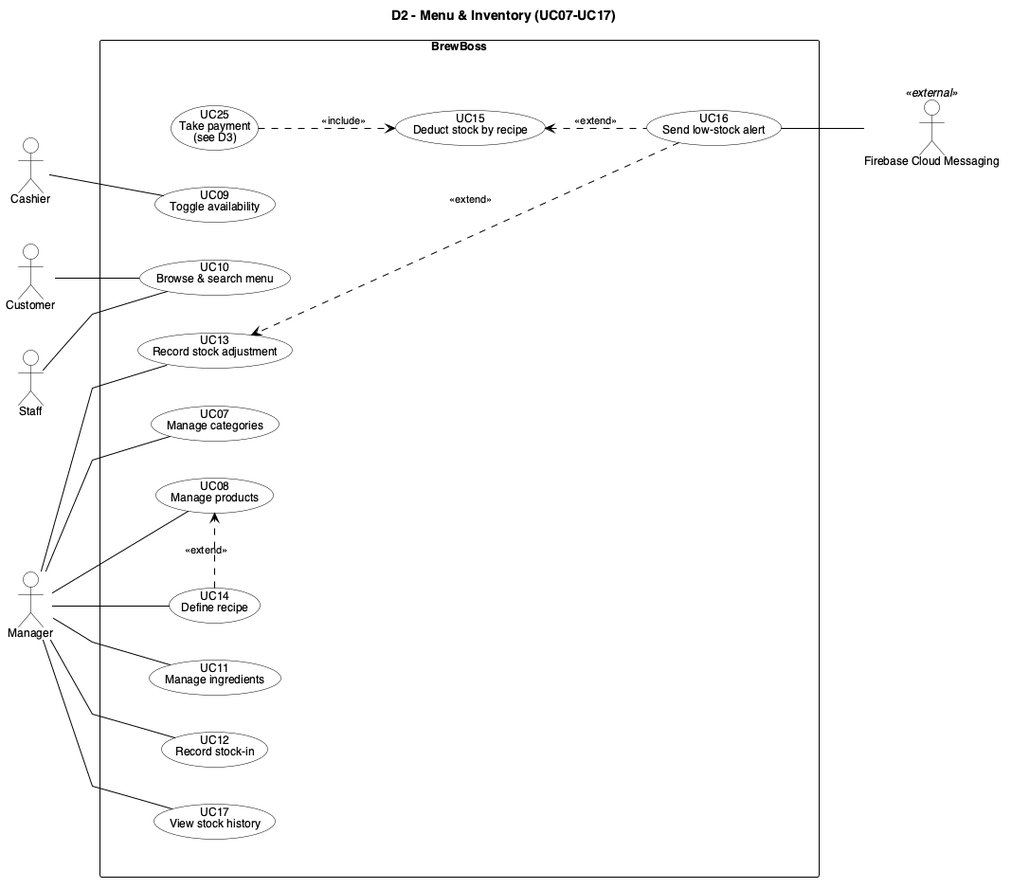
This is docs/diagrams/images/BB_D2_MenuInventory.png from huytran303/CafeManagementSystem, a PlantUML export, as it was before one commit. Its diagram source:
```plantuml
@startuml BB_D2_MenuInventory
left to right direction
skinparam linetype polyline
skinparam nodesep 40
skinparam ranksep 60
skinparam backgroundColor White
skinparam shadowing false
skinparam defaultFontName Helvetica
skinparam defaultFontSize 12
skinparam ArrowColor Black
skinparam ArrowFontSize 11
skinparam actor {
  BackgroundColor White
  BorderColor Black
}
skinparam usecase {
  BackgroundColor White
  BorderColor Black
}
skinparam rectangle {
  BackgroundColor White
  BorderColor Black
}
skinparam package {
  BackgroundColor White
  BorderColor Black
}
skinparam rectangle<<inner>> {
  BorderColor Transparent
  FontColor Transparent
}
hide <<inner>> stereotype

title D2 - Menu & Inventory (UC07-UC17)

actor "Cashier" as CAS
actor "Customer" as CUS
actor "Staff" as STAFF
actor "Manager" as MGR
actor "Firebase Cloud Messaging" as FCM <<external>>

rectangle "BrewBoss" {
  rectangle " " <<inner>> {
    usecase "UC13\nRecord stock adjustment" as UC13
    usecase "UC07\nManage categories" as UC07
    usecase "UC08\nManage products" as UC08
    usecase "UC14\nDefine recipe" as UC14
    usecase "UC09\nToggle availability" as UC09
    usecase "UC10\nBrowse & search menu" as UC10
    usecase "UC11\nManage ingredients" as UC11
    usecase "UC12\nRecord stock-in" as UC12
    usecase "UC15\nDeduct stock by recipe" as UC15
    usecase "UC16\nSend low-stock alert" as UC16
    usecase "UC17\nView stock history" as UC17
    usecase "UC25\nTake payment\n(see D3)" as UC25
  }
}

CAS -- UC09
STAFF -- UC10
CUS -- UC10

MGR -- UC13
MGR -- UC07
MGR -- UC08
MGR -- UC11
MGR -- UC12
MGR -- UC14
MGR -- UC17

UC14 .[norank].> UC08 : <<extend>>
UC25 ..> UC15 : <<include>>
UC15 <.. UC16 : <<extend>>
UC16 .[norank].> UC13 : <<extend>>
UC16 -- FCM
@enduml
```
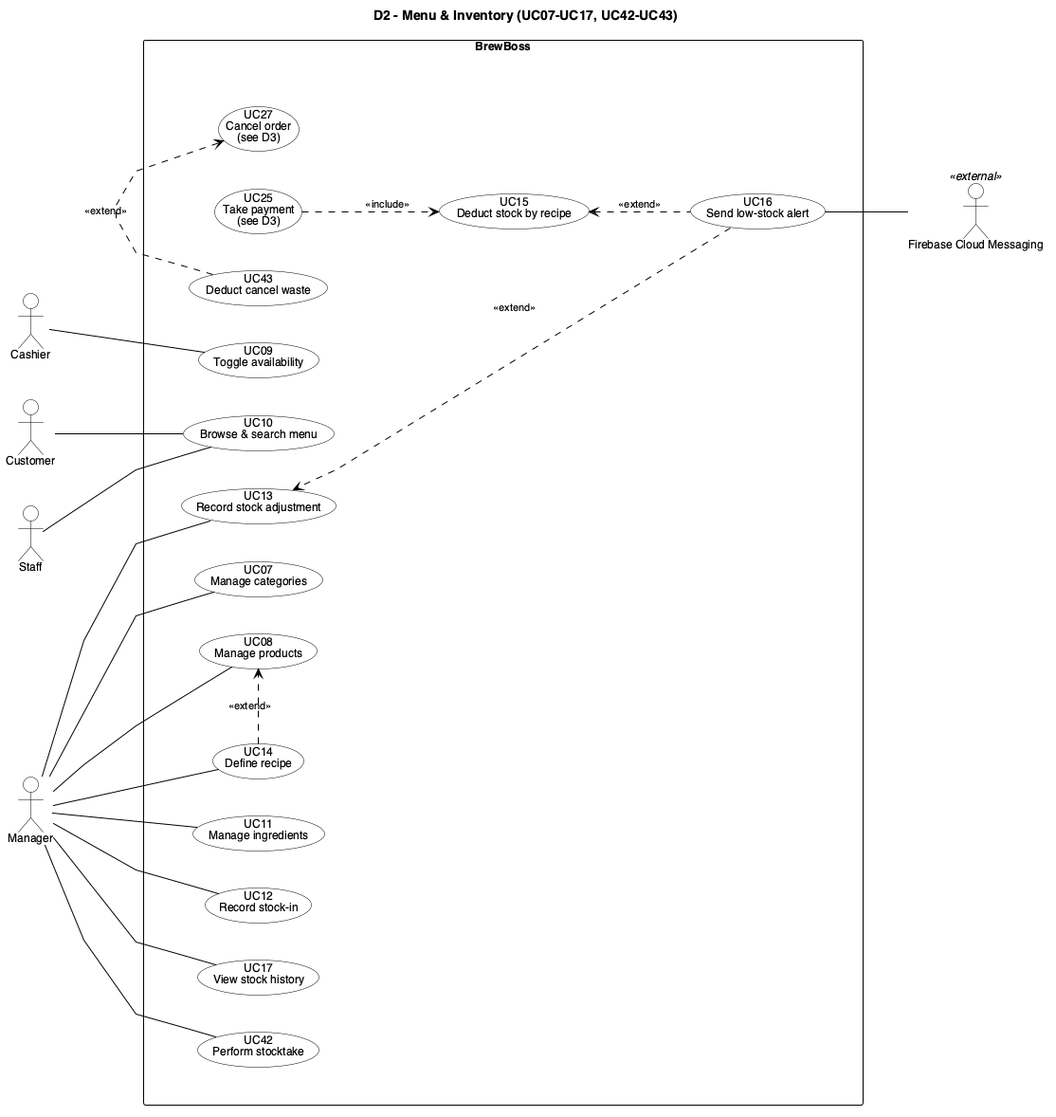
After the change.

Commit message:
docs(diagrams): reflect cancel waste and stocktake in diagrams

What changed in the source:
```diff
@@ -31,7 +31,7 @@
 }
 hide <<inner>> stereotype
 
-title D2 - Menu & Inventory (UC07-UC17)
+title D2 - Menu & Inventory (UC07-UC17, UC42-UC43)
 
 actor "Cashier" as CAS
 actor "Customer" as CUS
@@ -52,7 +52,10 @@
     usecase "UC15\nDeduct stock by recipe" as UC15
     usecase "UC16\nSend low-stock alert" as UC16
     usecase "UC17\nView stock history" as UC17
+    usecase "UC42\nPerform stocktake" as UC42
+    usecase "UC43\nDeduct cancel waste" as UC43
     usecase "UC25\nTake payment\n(see D3)" as UC25
+    usecase "UC27\nCancel order\n(see D3)" as UC27
   }
 }
 
@@ -67,10 +70,12 @@
 MGR -- UC12
 MGR -- UC14
 MGR -- UC17
+MGR -- UC42
 
 UC14 .[norank].> UC08 : <<extend>>
 UC25 ..> UC15 : <<include>>
 UC15 <.. UC16 : <<extend>>
 UC16 .[norank].> UC13 : <<extend>>
+UC43 .[norank].> UC27 : <<extend>>
 UC16 -- FCM
 @enduml
```
